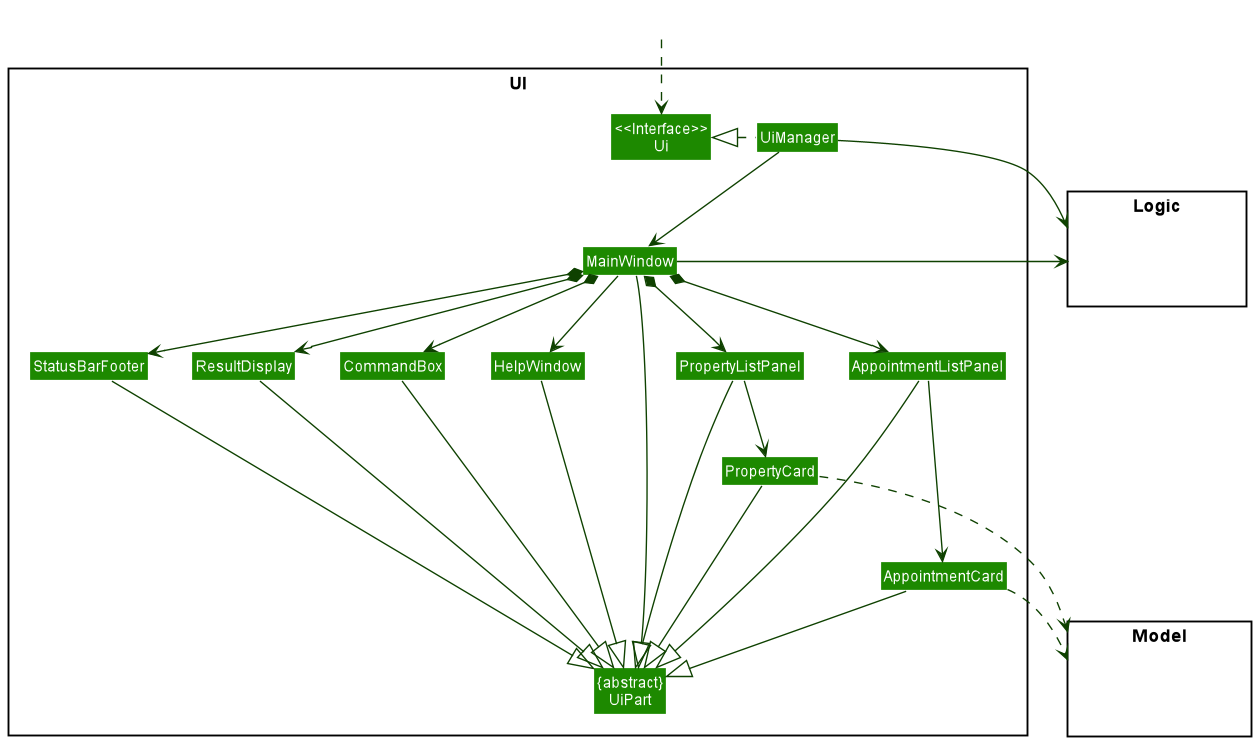
nus-cs2103-AY2021S2/tp keeps this PlantUML diagram as docs/images/UiClassDiagram.png. Above is the earlier version.
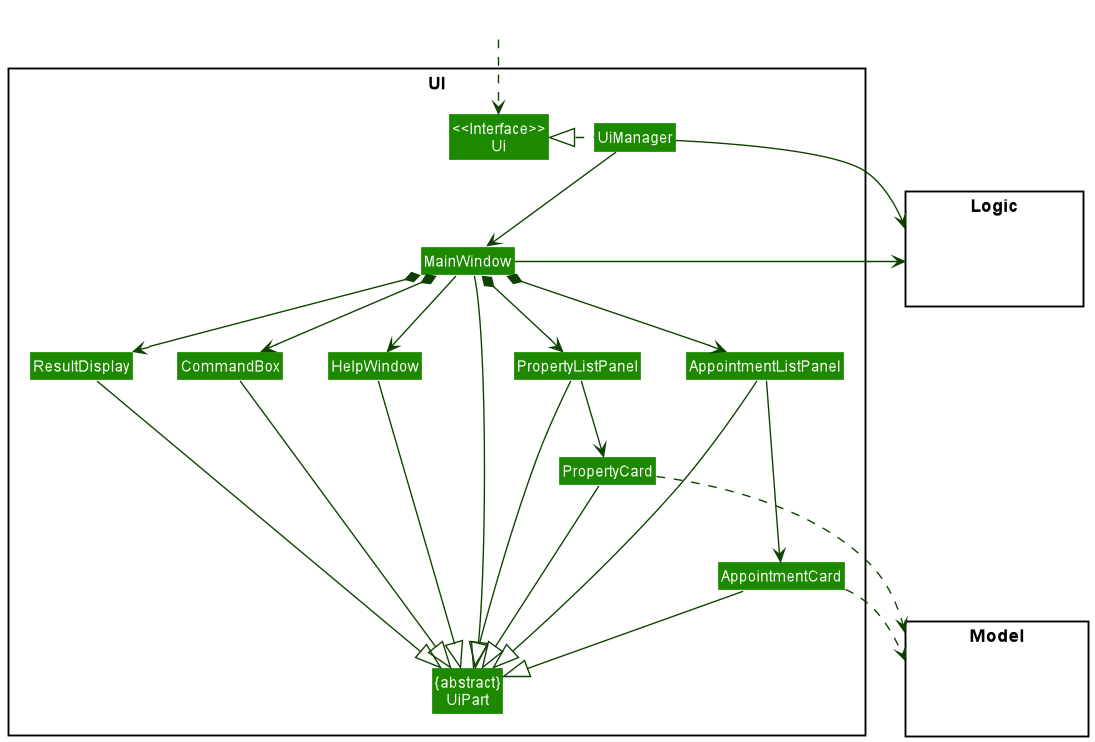
After the change.

Commit message:
Remove statusbarfooter in UiClassDiagram

Change to the diagram source:
```diff
@@ -15,7 +15,6 @@
 Class AppointmentCard
 Class PropertyListPanel
 Class PropertyCard
-Class StatusBarFooter
 Class CommandBox
 }
 
@@ -37,7 +36,6 @@
 MainWindow *-down-> ResultDisplay
 MainWindow *-down-> AppointmentListPanel
 MainWindow *-down-> PropertyListPanel
-MainWindow *-down-> StatusBarFooter
 
 AppointmentListPanel -down--> AppointmentCard
 PropertyListPanel -down-> PropertyCard
@@ -50,7 +48,6 @@
 AppointmentCard --|> UiPart
 PropertyListPanel --|> UiPart
 PropertyCard --|> UiPart
-StatusBarFooter --|> UiPart
 HelpWindow -down-|> UiPart
 
 AppointmentCard ..> Model
@@ -62,7 +59,6 @@
 PropertyListPanel -[hidden]left- HelpWindow
 HelpWindow -[hidden]left- CommandBox
 CommandBox -[hidden]left- ResultDisplay
-ResultDisplay -[hidden]left- StatusBarFooter
 
 MainWindow -[hidden]-|> UiPart
 @enduml
```
